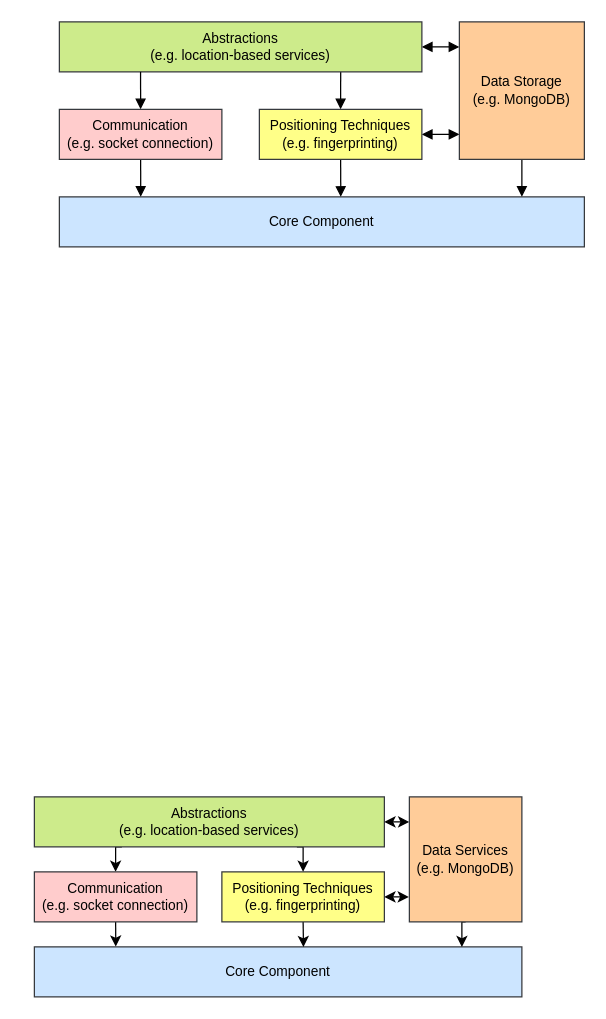
OpenHPS/openhps.org keeps this draw.io diagram as page "stack" (9 of 21) of slides/ipin2021/images/ipin2021_slides.drawio. Above is the earlier version. Source tidied: cells renumbered, new cells numbered last; positions are measured from the earlier drawing's top-left corner, leaving out a move shared by most shapes. Both pictures are drawn from the tidied source at 125%, with x=0, y=0 at pixel (34, 21).
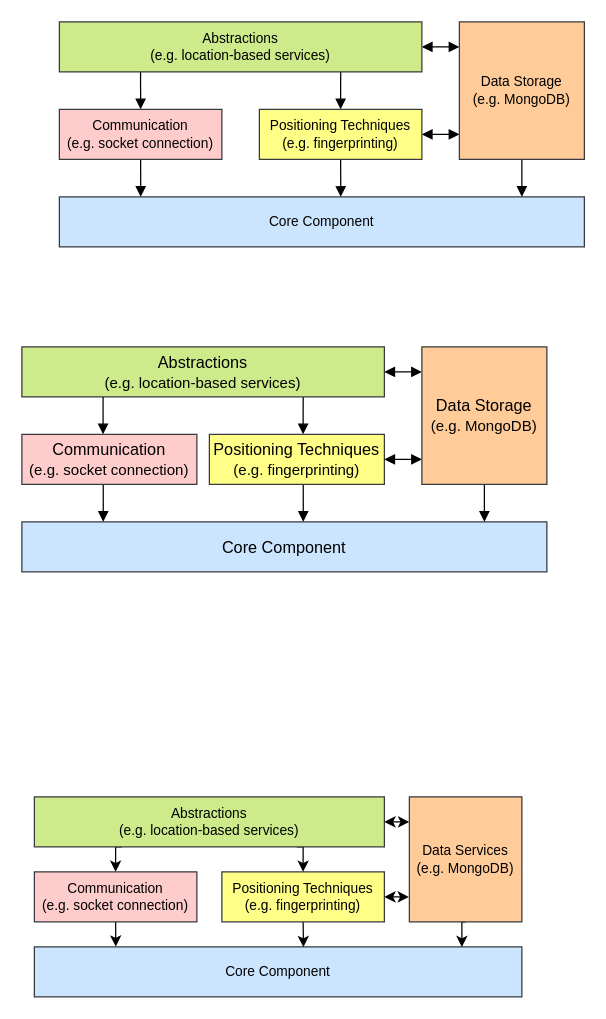
The same diagram, later.

The edit, as a diff of the source:
```diff
@@
+    <mxCell id="26" value="Core Component" style="rounded=0;whiteSpace=wrap;html=1;fillColor=#cce5ff;strokeColor=#36393d;fontSize=13;" parent="1" vertex="1">
+      <mxGeometry x="-10" y="400" width="420" height="40" as="geometry" />
+    </mxCell>
+    <mxCell id="27" style="edgeStyle=orthogonalEdgeStyle;rounded=0;jettySize=auto;html=1;entryX=0;entryY=0.818;entryDx=0;entryDy=0;entryPerimeter=0;startArrow=block;startFill=1;endArrow=block;endFill=1;fontSize=13;" parent="1" edge="1" source="30" target="34">
+      <mxGeometry relative="1" as="geometry" />
+    </mxCell>
+    <mxCell id="28" style="edgeStyle=orthogonalEdgeStyle;rounded=0;jettySize=auto;html=1;entryX=0.776;entryY=1;entryDx=0;entryDy=0;entryPerimeter=0;startArrow=block;startFill=1;endArrow=none;endFill=0;fontSize=13;" parent="1" edge="1" target="32">
+      <mxGeometry relative="1" as="geometry">
+        <mxPoint x="215" y="330" as="sourcePoint" />
+      </mxGeometry>
+    </mxCell>
+    <mxCell id="29" style="edgeStyle=orthogonalEdgeStyle;rounded=0;jettySize=auto;html=1;exitX=0.5;exitY=1;exitDx=0;exitDy=0;entryX=0.536;entryY=0;entryDx=0;entryDy=0;entryPerimeter=0;startArrow=none;startFill=0;endArrow=block;endFill=1;fontSize=13;" parent="1" edge="1" source="30" target="26">
+      <mxGeometry relative="1" as="geometry" />
+    </mxCell>
+    <mxCell id="30" value="Positioning Techniques&lt;br style=&quot;font-size: 13px&quot;&gt;&lt;font style=&quot;font-size: 12px&quot;&gt;(e.g. fingerprinting)&lt;/font&gt;" style="rounded=0;whiteSpace=wrap;html=1;fillColor=#ffff88;strokeColor=#36393d;fontSize=13;" parent="1" vertex="1">
+      <mxGeometry x="140" y="330" width="140" height="40" as="geometry" />
+    </mxCell>
+    <mxCell id="31" style="edgeStyle=orthogonalEdgeStyle;rounded=0;jettySize=auto;html=1;entryX=0;entryY=0.182;entryDx=0;entryDy=0;entryPerimeter=0;startArrow=block;startFill=1;endArrow=block;endFill=1;fontSize=13;" parent="1" edge="1" source="32" target="34">
+      <mxGeometry relative="1" as="geometry" />
+    </mxCell>
+    <mxCell id="32" value="Abstractions&lt;br style=&quot;font-size: 13px&quot;&gt;&lt;font style=&quot;font-size: 12px&quot;&gt;(e.g. location-based services)&lt;/font&gt;" style="rounded=0;whiteSpace=wrap;html=1;fillColor=#cdeb8b;strokeColor=#36393d;fontSize=13;" parent="1" vertex="1">
+      <mxGeometry x="-10" y="260" width="290" height="40" as="geometry" />
+    </mxCell>
+    <mxCell id="33" style="edgeStyle=orthogonalEdgeStyle;rounded=0;jettySize=auto;html=1;exitX=0.5;exitY=1;exitDx=0;exitDy=0;entryX=0.881;entryY=0;entryDx=0;entryDy=0;entryPerimeter=0;startArrow=none;startFill=0;endArrow=block;endFill=1;fontSize=13;" parent="1" edge="1" source="34" target="26">
+      <mxGeometry relative="1" as="geometry" />
+    </mxCell>
+    <mxCell id="34" value="Data Storage&lt;br style=&quot;font-size: 13px&quot;&gt;&lt;font style=&quot;font-size: 12px&quot;&gt;(e.g. MongoDB)&lt;/font&gt;" style="rounded=0;whiteSpace=wrap;html=1;fillColor=#ffcc99;strokeColor=#36393d;fontSize=13;" parent="1" vertex="1">
+      <mxGeometry x="310" y="260" width="100" height="110" as="geometry" />
+    </mxCell>
+    <mxCell id="35" style="edgeStyle=orthogonalEdgeStyle;rounded=0;jettySize=auto;html=1;exitX=0.464;exitY=0;exitDx=0;exitDy=0;entryX=0.224;entryY=1;entryDx=0;entryDy=0;entryPerimeter=0;startArrow=block;startFill=1;endArrow=none;endFill=0;fontSize=13;exitPerimeter=0;" parent="1" edge="1" source="37" target="32">
+      <mxGeometry relative="1" as="geometry" />
+    </mxCell>
+    <mxCell id="36" style="edgeStyle=orthogonalEdgeStyle;rounded=0;jettySize=auto;html=1;exitX=0.5;exitY=1;exitDx=0;exitDy=0;entryX=0.155;entryY=0;entryDx=0;entryDy=0;entryPerimeter=0;startArrow=none;startFill=0;endArrow=block;endFill=1;fontSize=13;" parent="1" edge="1" source="37" target="26">
+      <mxGeometry relative="1" as="geometry" />
+    </mxCell>
+    <mxCell id="37" value="Communication&lt;br style=&quot;font-size: 13px&quot;&gt;&lt;font style=&quot;font-size: 12px&quot;&gt;(e.g. socket connection)&lt;/font&gt;" style="rounded=0;whiteSpace=wrap;html=1;fillColor=#ffcccc;strokeColor=#36393d;fontSize=13;" parent="1" vertex="1">
+      <mxGeometry x="-10" y="330" width="140" height="40" as="geometry" />
+    </mxCell>
```
